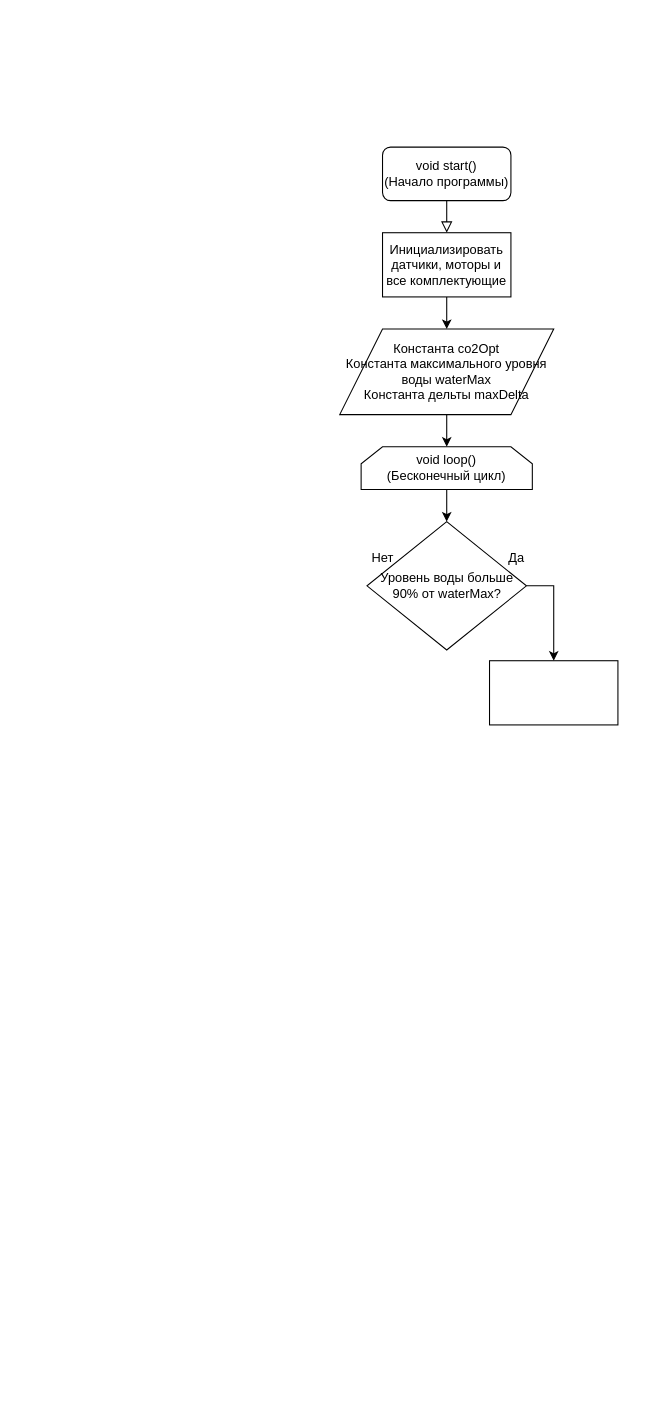
The draw.io diagram First Task Flowchart.drawio in CaveJohnson376/ONTI_2020_RobotMasters, before the edit. Source tidied: cells renumbered, new cells numbered last; positions are measured from the earlier drawing's top-left corner, leaving out a move shared by most shapes. Both pictures are drawn from the tidied source at 107%, with x=0, y=0 at pixel (339, 147).
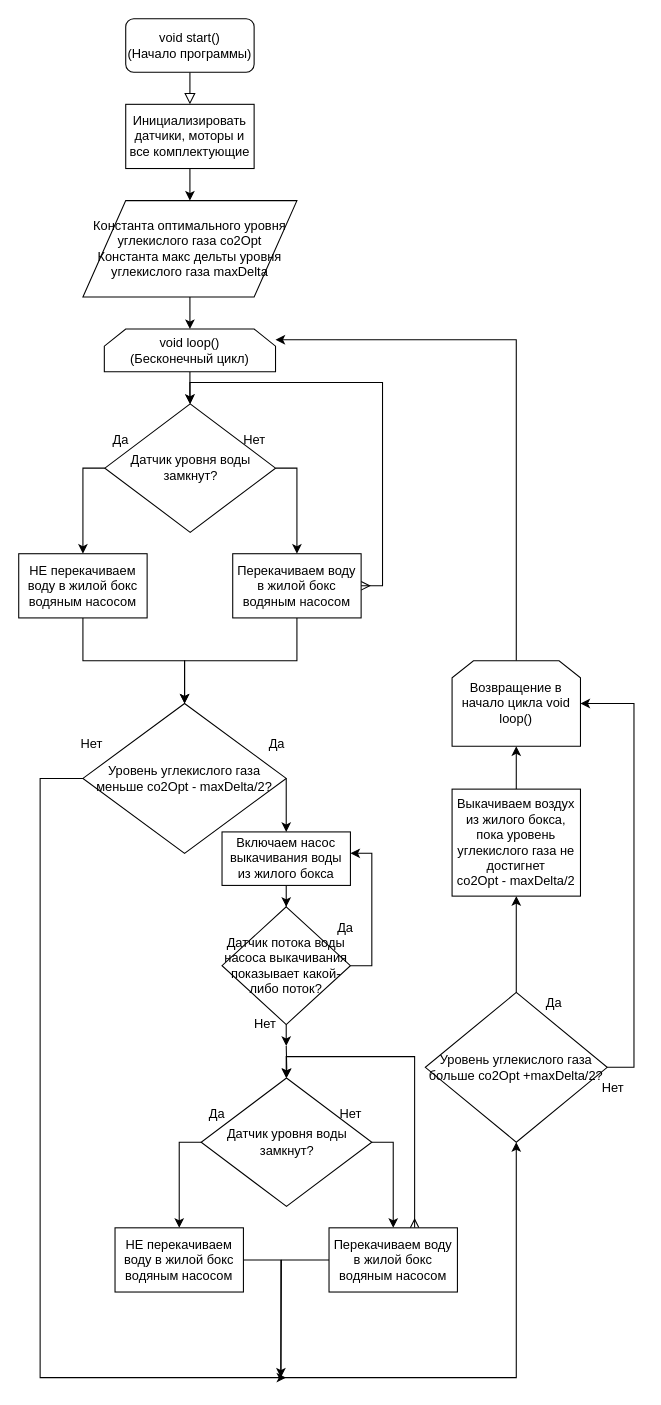
Above is the later version.

Diff of the diagram source:
```diff
@@
     <mxCell id="3" value="&lt;div&gt;void start()&lt;/div&gt;&lt;div&gt;(Начало программы)&lt;br&gt;&lt;/div&gt;" style="rounded=1;whiteSpace=wrap;html=1;fontSize=12;glass=0;strokeWidth=1;shadow=0;" parent="1" vertex="1">
-      <mxGeometry x="40" width="120" height="50" as="geometry" />
+      <mxGeometry x="-200" y="-120" width="120" height="50" as="geometry" />
     </mxCell>
@@
     <mxCell id="5" value="Инициализировать датчики, моторы и все комплектующие" style="rounded=0;whiteSpace=wrap;html=1;" parent="1" vertex="1">
-      <mxGeometry x="40" y="80" width="120" height="60" as="geometry" />
+      <mxGeometry x="-200" y="-40" width="120" height="60" as="geometry" />
     </mxCell>
@@
     <mxCell id="7" value="&lt;div&gt;void loop()&lt;/div&gt;&lt;div&gt;(Бесконечный цикл)&lt;br&gt;&lt;/div&gt;" style="shape=loopLimit;whiteSpace=wrap;html=1;" parent="1" vertex="1">
-      <mxGeometry x="20" y="280" width="160" height="40" as="geometry" />
+      <mxGeometry x="-220" y="170" width="160" height="40" as="geometry" />
     </mxCell>
@@
-    <mxCell id="9" value="&lt;div&gt;Константа co2Opt&lt;/div&gt;&lt;div&gt;Константа максимального уровня воды waterMax&lt;/div&gt;&lt;div&gt;Константа дельты maxDelta&lt;br&gt;&lt;/div&gt;" style="shape=parallelogram;perimeter=parallelogramPerimeter;whiteSpace=wrap;html=1;" parent="1" vertex="1">
-      <mxGeometry y="170" width="200" height="80" as="geometry" />
+    <mxCell id="9" value="&lt;div&gt;Константа оптимального уровня углекислого газа co2Opt&lt;/div&gt;&lt;div&gt;Константа макс дельты уровня углекислого газа maxDelta&lt;br&gt;&lt;/div&gt;" style="shape=parallelogram;perimeter=parallelogramPerimeter;whiteSpace=wrap;html=1;" parent="1" vertex="1">
+      <mxGeometry x="-240" y="50" width="200" height="90" as="geometry" />
     </mxCell>
     <mxCell id="10" style="edgeStyle=orthogonalEdgeStyle;rounded=0;jettySize=auto;html=1;" parent="1" edge="1" source="11" target="14">
       <mxGeometry relative="1" as="geometry">
         <Array as="points">
-          <mxPoint x="200" y="410" />
+          <mxPoint x="-40" y="300" />
         </Array>
       </mxGeometry>
     </mxCell>
+    <mxCell id="15" style="edgeStyle=orthogonalEdgeStyle;rounded=0;jumpStyle=gap;jettySize=auto;html=1;exitX=0;exitY=0.5;exitDx=0;exitDy=0;entryX=0.5;entryY=0;entryDx=0;entryDy=0;startArrow=none;startFill=0;strokeWidth=1;" parent="1" edge="1" source="11" target="35">
+      <mxGeometry relative="1" as="geometry" />
+    </mxCell>
-    <mxCell id="11" value="Уровень воды больше 90% от waterMax?" style="rhombus;whiteSpace=wrap;html=1;" parent="1" vertex="1">
-      <mxGeometry x="25.5" y="350" width="149" height="120" as="geometry" />
+    <mxCell id="11" value="Датчик уровня воды замкнут?" style="rhombus;whiteSpace=wrap;html=1;" parent="1" vertex="1">
+      <mxGeometry x="-219.5" y="240" width="159.5" height="120" as="geometry" />
     </mxCell>
-    <mxCell id="12" value="&lt;div&gt;Да&lt;/div&gt;" style="text;html=1;align=center;verticalAlign=middle;" parent="11" vertex="1">
-      <mxGeometry x="124.5" y="24" width="30" height="20" as="geometry" />
+    <mxCell id="12" value="Нет" style="text;html=1;align=center;verticalAlign=middle;" parent="11" vertex="1">
+      <mxGeometry x="119.5" y="24" width="40" height="20" as="geometry" />
     </mxCell>
-    <mxCell id="13" value="&lt;div&gt;Нет&lt;/div&gt;" style="text;html=1;align=center;verticalAlign=middle;" parent="11" vertex="1">
-      <mxGeometry x="-5.5" y="24" width="40" height="20" as="geometry" />
+    <mxCell id="13" value="Да" style="text;html=1;align=center;verticalAlign=middle;" parent="11" vertex="1">
+      <mxGeometry x="-0.5" y="24" width="30" height="20" as="geometry" />
     </mxCell>
+    <mxCell id="16" style="edgeStyle=orthogonalEdgeStyle;rounded=0;jettySize=auto;html=1;startArrow=ERmany;startFill=0;strokeWidth=1;jumpStyle=gap;fixDash=0;" parent="1" edge="1" source="14">
+      <mxGeometry relative="1" as="geometry">
+        <mxPoint x="-140" y="240" as="targetPoint" />
+        <Array as="points">
+          <mxPoint x="40" y="410" />
+          <mxPoint x="40" y="220" />
+        </Array>
+      </mxGeometry>
+    </mxCell>
+    <mxCell id="17" style="edgeStyle=orthogonalEdgeStyle;rounded=0;jumpStyle=gap;jettySize=auto;html=1;entryX=0.5;entryY=0;entryDx=0;entryDy=0;startArrow=none;startFill=0;strokeWidth=1;" parent="1" edge="1" source="14" target="20">
+      <mxGeometry relative="1" as="geometry" />
+    </mxCell>
-    <mxCell id="14" style="rounded=0;whiteSpace=wrap;html=1;" parent="1" vertex="1">
-      <mxGeometry x="140" y="480" width="120" height="60" as="geometry" />
+    <mxCell id="14" value="Перекачиваем воду в жилой бокс водяным насосом" style="rounded=0;whiteSpace=wrap;html=1;" parent="1" vertex="1">
+      <mxGeometry x="-100" y="380" width="120" height="60" as="geometry" />
     </mxCell>
+    <mxCell id="18" style="edgeStyle=orthogonalEdgeStyle;rounded=0;jettySize=auto;html=1;exitX=1;exitY=0.5;exitDx=0;exitDy=0;entryX=0.5;entryY=0;entryDx=0;entryDy=0;" parent="1" edge="1" source="20" target="24">
+      <mxGeometry relative="1" as="geometry">
+        <Array as="points">
+          <mxPoint x="-50" y="590" />
+        </Array>
+      </mxGeometry>
+    </mxCell>
+    <mxCell id="19" style="edgeStyle=orthogonalEdgeStyle;rounded=0;jumpStyle=gap;jettySize=auto;html=1;startArrow=none;startFill=0;strokeWidth=1;" parent="1" edge="1" source="20">
+      <mxGeometry relative="1" as="geometry">
+        <mxPoint x="-50" y="1150" as="targetPoint" />
+        <Array as="points">
+          <mxPoint x="-280" y="590" />
+        </Array>
+      </mxGeometry>
+    </mxCell>
+    <mxCell id="20" value="&lt;div&gt;Уровень углекислого газа меньше co2Opt - maxDelta/2?&lt;/div&gt;" style="rhombus;whiteSpace=wrap;html=1;" parent="1" vertex="1">
+      <mxGeometry x="-240" y="520" width="190" height="140" as="geometry" />
+    </mxCell>
+    <mxCell id="21" value="&lt;div&gt;Да&lt;/div&gt;" style="text;html=1;align=center;verticalAlign=middle;" parent="20" vertex="1">
+      <mxGeometry x="166.2" y="28" width="30" height="20" as="geometry" />
+    </mxCell>
+    <mxCell id="22" value="Нет" style="text;html=1;align=center;verticalAlign=middle;" parent="20" vertex="1">
+      <mxGeometry x="-11.9" y="28" width="40" height="20" as="geometry" />
+    </mxCell>
+    <mxCell id="23" style="edgeStyle=orthogonalEdgeStyle;rounded=0;jumpStyle=gap;jettySize=auto;html=1;entryX=0.5;entryY=0;entryDx=0;entryDy=0;startArrow=none;startFill=0;strokeWidth=1;" parent="1" edge="1" source="24" target="38">
+      <mxGeometry relative="1" as="geometry" />
+    </mxCell>
+    <mxCell id="24" value="&lt;div&gt;Включаем насос выкачивания воды из жилого бокса&lt;/div&gt;" style="rounded=0;whiteSpace=wrap;html=1;" parent="1" vertex="1">
+      <mxGeometry x="-110" y="640" width="120" height="50" as="geometry" />
+    </mxCell>
+    <mxCell id="25" style="edgeStyle=orthogonalEdgeStyle;rounded=0;jumpStyle=gap;jettySize=auto;html=1;entryX=0.5;entryY=1;entryDx=0;entryDy=0;startArrow=none;startFill=0;strokeWidth=1;" parent="1" edge="1" source="27" target="31">
+      <mxGeometry relative="1" as="geometry" />
+    </mxCell>
+    <mxCell id="26" style="edgeStyle=orthogonalEdgeStyle;rounded=0;jumpStyle=gap;jettySize=auto;html=1;startArrow=none;startFill=0;strokeWidth=1;entryX=1;entryY=0.5;entryDx=0;entryDy=0;" parent="1" edge="1" source="27" target="33">
+      <mxGeometry relative="1" as="geometry">
+        <Array as="points">
+          <mxPoint x="275" y="860" />
+          <mxPoint x="275" y="520" />
+        </Array>
+      </mxGeometry>
+    </mxCell>
+    <mxCell id="27" value="Уровень углекислого газа больше co2Opt +maxDelta/2?" style="rhombus;whiteSpace=wrap;html=1;" parent="1" vertex="1">
+      <mxGeometry x="80" y="790" width="170" height="140" as="geometry" />
+    </mxCell>
+    <mxCell id="28" value="&lt;div&gt;Да&lt;/div&gt;" style="text;html=1;align=center;verticalAlign=middle;" parent="27" vertex="1">
+      <mxGeometry x="105" width="30" height="20" as="geometry" />
+    </mxCell>
+    <mxCell id="29" value="&lt;div&gt;Нет&lt;/div&gt;" style="text;html=1;align=center;verticalAlign=middle;" parent="27" vertex="1">
+      <mxGeometry x="155" y="80" width="40" height="20" as="geometry" />
+    </mxCell>
+    <mxCell id="30" style="edgeStyle=orthogonalEdgeStyle;rounded=0;jettySize=auto;html=1;entryX=0.5;entryY=1;entryDx=0;entryDy=0;" parent="1" edge="1" source="31" target="33">
+      <mxGeometry relative="1" as="geometry" />
+    </mxCell>
+    <mxCell id="31" value="&lt;div&gt;Выкачиваем воздух из жилого бокса, пока уровень углекислого газа не достигнет&lt;/div&gt;&lt;div&gt;co2Opt - maxDelta/2&lt;br&gt;&lt;/div&gt;" style="rounded=0;whiteSpace=wrap;html=1;" parent="1" vertex="1">
+      <mxGeometry x="105" y="600" width="120" height="100" as="geometry" />
+    </mxCell>
+    <mxCell id="32" style="edgeStyle=orthogonalEdgeStyle;rounded=0;jettySize=auto;html=1;entryX=1;entryY=0.25;entryDx=0;entryDy=0;" parent="1" edge="1" source="33" target="7">
+      <mxGeometry relative="1" as="geometry">
+        <Array as="points">
+          <mxPoint x="165" y="180" />
+        </Array>
+      </mxGeometry>
+    </mxCell>
+    <mxCell id="33" value="Возвращение в начало цикла void loop()" style="shape=loopLimit;whiteSpace=wrap;html=1;" parent="1" vertex="1">
+      <mxGeometry x="105" y="480" width="120" height="80" as="geometry" />
+    </mxCell>
+    <mxCell id="34" style="edgeStyle=orthogonalEdgeStyle;rounded=0;jumpStyle=gap;jettySize=auto;html=1;entryX=0.5;entryY=0;entryDx=0;entryDy=0;startArrow=none;startFill=0;strokeWidth=1;" parent="1" edge="1" source="35" target="20">
+      <mxGeometry relative="1" as="geometry" />
+    </mxCell>
+    <mxCell id="35" value="&lt;div&gt;НЕ перекачиваем воду в жилой бокс&lt;/div&gt;&lt;div&gt;водяным насосом&lt;br&gt;&lt;/div&gt;" style="rounded=0;whiteSpace=wrap;html=1;" parent="1" vertex="1">
+      <mxGeometry x="-300" y="380" width="120" height="60" as="geometry" />
+    </mxCell>
+    <mxCell id="36" style="edgeStyle=orthogonalEdgeStyle;rounded=0;jumpStyle=gap;jettySize=auto;html=1;startArrow=none;startFill=0;strokeWidth=1;entryX=1;entryY=0.4;entryDx=0;entryDy=0;entryPerimeter=0;" parent="1" edge="1" source="38" target="24">
+      <mxGeometry relative="1" as="geometry">
+        <Array as="points">
+          <mxPoint x="30" y="765" />
+          <mxPoint x="30" y="660" />
+        </Array>
+      </mxGeometry>
+    </mxCell>
+    <mxCell id="37" style="edgeStyle=orthogonalEdgeStyle;rounded=0;jumpStyle=gap;jettySize=auto;html=1;startArrow=none;startFill=0;strokeWidth=1;" parent="1" edge="1" source="38">
+      <mxGeometry relative="1" as="geometry">
+        <mxPoint x="-50" y="840" as="targetPoint" />
+      </mxGeometry>
+    </mxCell>
+    <mxCell id="38" value="Датчик потока воды насоса выкачивания показывает какой-либо поток?" style="rhombus;whiteSpace=wrap;html=1;" parent="1" vertex="1">
+      <mxGeometry x="-110" y="710" width="120" height="110" as="geometry" />
+    </mxCell>
+    <mxCell id="39" value="Нет" style="text;html=1;align=center;verticalAlign=middle;" parent="38" vertex="1">
+      <mxGeometry x="20" y="100" width="40" height="20" as="geometry" />
+    </mxCell>
+    <mxCell id="40" value="&lt;div&gt;Да&lt;/div&gt;" style="text;html=1;align=center;verticalAlign=middle;" parent="1" vertex="1">
+      <mxGeometry x="-10" y="720" width="30" height="20" as="geometry" />
+    </mxCell>
+    <mxCell id="41" style="edgeStyle=orthogonalEdgeStyle;rounded=0;jettySize=auto;html=1;exitX=0.5;exitY=1;exitDx=0;exitDy=0;" parent="1" edge="1" target="44">
+      <mxGeometry relative="1" as="geometry">
+        <mxPoint x="-50" y="840" as="sourcePoint" />
+      </mxGeometry>
+    </mxCell>
+    <mxCell id="42" style="edgeStyle=orthogonalEdgeStyle;rounded=0;jettySize=auto;html=1;" parent="1" edge="1" source="44" target="49">
+      <mxGeometry relative="1" as="geometry">
+        <Array as="points">
+          <mxPoint x="50" y="930" />
+        </Array>
+      </mxGeometry>
+    </mxCell>
+    <mxCell id="43" style="edgeStyle=orthogonalEdgeStyle;rounded=0;jumpStyle=gap;jettySize=auto;html=1;exitX=0;exitY=0.5;exitDx=0;exitDy=0;entryX=0.5;entryY=0;entryDx=0;entryDy=0;startArrow=none;startFill=0;strokeWidth=1;" parent="1" edge="1" source="44" target="51">
+      <mxGeometry relative="1" as="geometry" />
+    </mxCell>
+    <mxCell id="44" value="Датчик уровня воды замкнут?" style="rhombus;whiteSpace=wrap;html=1;" parent="1" vertex="1">
+      <mxGeometry x="-129.5" y="870" width="159.5" height="120" as="geometry" />
+    </mxCell>
+    <mxCell id="45" value="Нет" style="text;html=1;align=center;verticalAlign=middle;" parent="44" vertex="1">
+      <mxGeometry x="119.5" y="24" width="40" height="20" as="geometry" />
+    </mxCell>
+    <mxCell id="46" value="Да" style="text;html=1;align=center;verticalAlign=middle;" parent="44" vertex="1">
+      <mxGeometry x="-0.5" y="24" width="30" height="20" as="geometry" />
+    </mxCell>
+    <mxCell id="47" style="edgeStyle=orthogonalEdgeStyle;rounded=0;jettySize=auto;html=1;startArrow=ERmany;startFill=0;strokeWidth=1;jumpStyle=gap;fixDash=0;" parent="1" edge="1" source="49">
+      <mxGeometry relative="1" as="geometry">
+        <mxPoint x="-50" y="870" as="targetPoint" />
+        <Array as="points">
+          <mxPoint x="70" y="850" />
+          <mxPoint x="-50" y="850" />
+        </Array>
+      </mxGeometry>
+    </mxCell>
+    <mxCell id="48" style="edgeStyle=orthogonalEdgeStyle;rounded=0;jumpStyle=gap;jettySize=auto;html=1;entryX=0.5;entryY=0;entryDx=0;entryDy=0;startArrow=none;startFill=0;strokeWidth=1;" parent="1" edge="1" source="49">
+      <mxGeometry relative="1" as="geometry">
+        <mxPoint x="-55" y="1150" as="targetPoint" />
+      </mxGeometry>
+    </mxCell>
+    <mxCell id="49" value="Перекачиваем воду в жилой бокс водяным насосом" style="rounded=0;whiteSpace=wrap;html=1;" parent="1" vertex="1">
+      <mxGeometry x="-10" y="1010" width="120" height="60" as="geometry" />
+    </mxCell>
+    <mxCell id="50" style="edgeStyle=orthogonalEdgeStyle;rounded=0;jumpStyle=gap;jettySize=auto;html=1;startArrow=none;startFill=0;strokeWidth=1;entryX=0.5;entryY=1;entryDx=0;entryDy=0;" parent="1" edge="1" source="51" target="27">
+      <mxGeometry relative="1" as="geometry">
+        <Array as="points">
+          <mxPoint x="-55" y="1040" />
+          <mxPoint x="-55" y="1150" />
+          <mxPoint x="165" y="1150" />
+        </Array>
+      </mxGeometry>
+    </mxCell>
+    <mxCell id="51" value="&lt;div&gt;НЕ перекачиваем воду в жилой бокс&lt;/div&gt;&lt;div&gt;водяным насосом&lt;br&gt;&lt;/div&gt;" style="rounded=0;whiteSpace=wrap;html=1;" parent="1" vertex="1">
+      <mxGeometry x="-210" y="1010" width="120" height="60" as="geometry" />
+    </mxCell>
```
